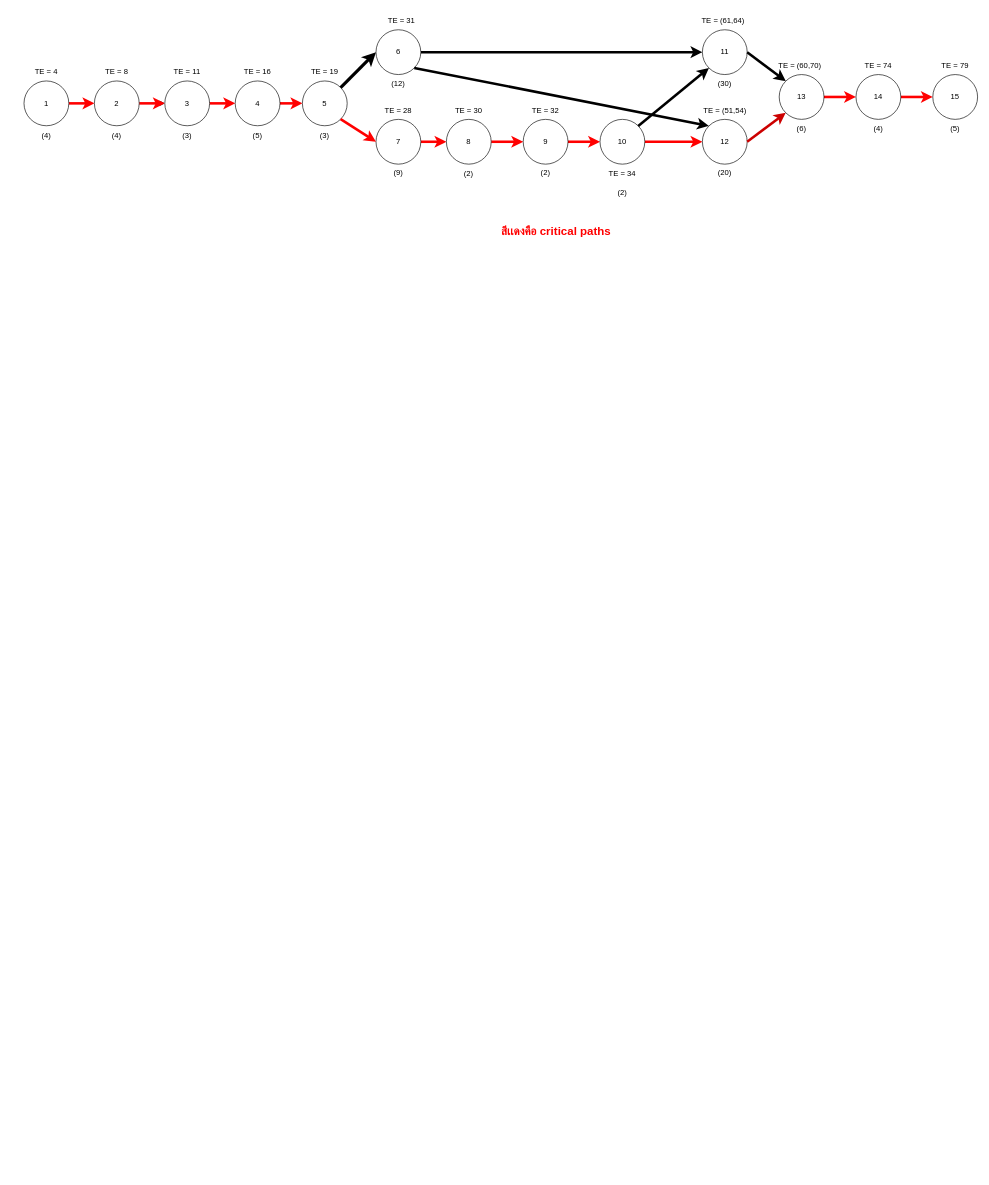
Above: page "Page-6" (8 of 9) of DFD.drawio in jarawin/carcare (draw.io), before the change. Source tidied: cells renumbered, new cells numbered last; positions are measured from the earlier drawing's top-left corner, leaving out a move shared by most shapes. Both pictures are drawn from the tidied source at 64%, with x=0, y=0 at pixel (24, 11).
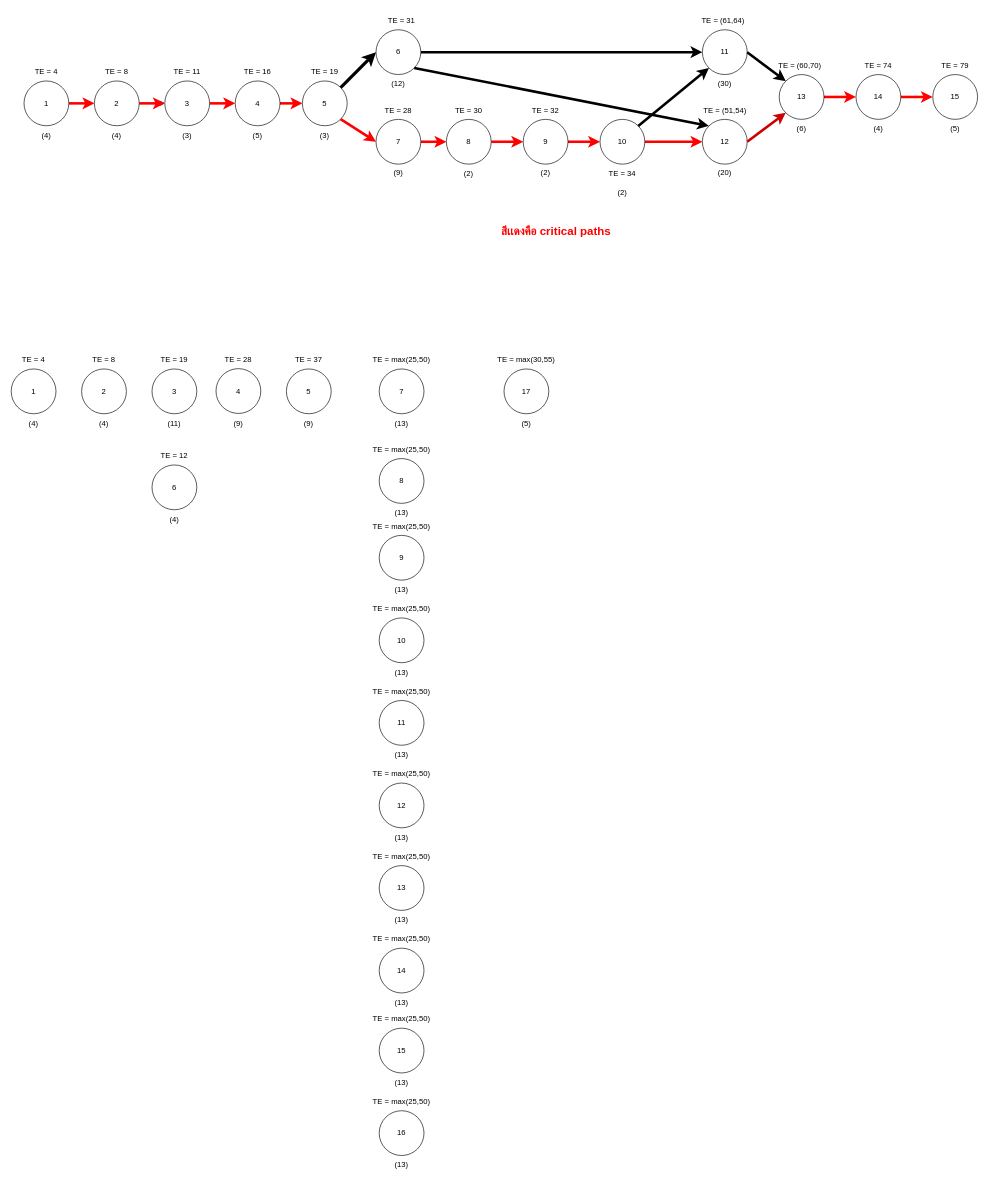
Above is the later version.

Change to the diagram source:
```diff
@@
+    <mxCell id="66" value="1" style="ellipse;whiteSpace=wrap;html=1;" parent="1" vertex="1">
+      <mxGeometry x="-20" y="559" width="70" height="70" as="geometry" />
+    </mxCell>
+    <mxCell id="67" value="TE = 4" style="text;html=1;strokeColor=none;fillColor=none;align=center;verticalAlign=middle;whiteSpace=wrap;rounded=0;" parent="1" vertex="1">
+      <mxGeometry x="-15" y="530" width="60" height="29" as="geometry" />
+    </mxCell>
+    <mxCell id="68" value="(4)" style="text;html=1;strokeColor=none;fillColor=none;align=center;verticalAlign=middle;whiteSpace=wrap;rounded=0;" parent="1" vertex="1">
+      <mxGeometry x="-15" y="629" width="60" height="30" as="geometry" />
+    </mxCell>
+    <mxCell id="69" value="2" style="ellipse;whiteSpace=wrap;html=1;" parent="1" vertex="1">
+      <mxGeometry x="90" y="559" width="70" height="70" as="geometry" />
+    </mxCell>
+    <mxCell id="70" value="TE = 8" style="text;html=1;strokeColor=none;fillColor=none;align=center;verticalAlign=middle;whiteSpace=wrap;rounded=0;" parent="1" vertex="1">
+      <mxGeometry x="95" y="530" width="60" height="29" as="geometry" />
+    </mxCell>
+    <mxCell id="71" value="(4)" style="text;html=1;strokeColor=none;fillColor=none;align=center;verticalAlign=middle;whiteSpace=wrap;rounded=0;" parent="1" vertex="1">
+      <mxGeometry x="95" y="629" width="60" height="30" as="geometry" />
+    </mxCell>
+    <mxCell id="72" value="3" style="ellipse;whiteSpace=wrap;html=1;" parent="1" vertex="1">
+      <mxGeometry x="200" y="559" width="70" height="70" as="geometry" />
+    </mxCell>
+    <mxCell id="73" value="TE = 19" style="text;html=1;strokeColor=none;fillColor=none;align=center;verticalAlign=middle;whiteSpace=wrap;rounded=0;" parent="1" vertex="1">
+      <mxGeometry x="205" y="530" width="60" height="29" as="geometry" />
+    </mxCell>
+    <mxCell id="74" value="(11)" style="text;html=1;strokeColor=none;fillColor=none;align=center;verticalAlign=middle;whiteSpace=wrap;rounded=0;" parent="1" vertex="1">
+      <mxGeometry x="205" y="629" width="60" height="30" as="geometry" />
+    </mxCell>
+    <mxCell id="75" value="4" style="ellipse;whiteSpace=wrap;html=1;" parent="1" vertex="1">
+      <mxGeometry x="300" y="558.5" width="70" height="70" as="geometry" />
+    </mxCell>
+    <mxCell id="76" value="TE = 28" style="text;html=1;strokeColor=none;fillColor=none;align=center;verticalAlign=middle;whiteSpace=wrap;rounded=0;" parent="1" vertex="1">
+      <mxGeometry x="305" y="529.5" width="60" height="29" as="geometry" />
+    </mxCell>
+    <mxCell id="77" value="(9)" style="text;html=1;strokeColor=none;fillColor=none;align=center;verticalAlign=middle;whiteSpace=wrap;rounded=0;" parent="1" vertex="1">
+      <mxGeometry x="305" y="628.5" width="60" height="30" as="geometry" />
+    </mxCell>
+    <mxCell id="78" value="5" style="ellipse;whiteSpace=wrap;html=1;" parent="1" vertex="1">
+      <mxGeometry x="410" y="559" width="70" height="70" as="geometry" />
+    </mxCell>
+    <mxCell id="79" value="TE = 37" style="text;html=1;strokeColor=none;fillColor=none;align=center;verticalAlign=middle;whiteSpace=wrap;rounded=0;" parent="1" vertex="1">
+      <mxGeometry x="415" y="530" width="60" height="29" as="geometry" />
+    </mxCell>
+    <mxCell id="80" value="(9)" style="text;html=1;strokeColor=none;fillColor=none;align=center;verticalAlign=middle;whiteSpace=wrap;rounded=0;" parent="1" vertex="1">
+      <mxGeometry x="415" y="629" width="60" height="30" as="geometry" />
+    </mxCell>
+    <mxCell id="81" value="6" style="ellipse;whiteSpace=wrap;html=1;" parent="1" vertex="1">
+      <mxGeometry x="200" y="709" width="70" height="70" as="geometry" />
+    </mxCell>
+    <mxCell id="82" value="TE = 12" style="text;html=1;strokeColor=none;fillColor=none;align=center;verticalAlign=middle;whiteSpace=wrap;rounded=0;" parent="1" vertex="1">
+      <mxGeometry x="205" y="680" width="60" height="29" as="geometry" />
+    </mxCell>
+    <mxCell id="83" value="(4)" style="text;html=1;strokeColor=none;fillColor=none;align=center;verticalAlign=middle;whiteSpace=wrap;rounded=0;" parent="1" vertex="1">
+      <mxGeometry x="205" y="779" width="60" height="30" as="geometry" />
+    </mxCell>
+    <mxCell id="84" value="7" style="ellipse;whiteSpace=wrap;html=1;" parent="1" vertex="1">
+      <mxGeometry x="555" y="559" width="70" height="70" as="geometry" />
+    </mxCell>
+    <mxCell id="85" value="TE = max(25,50)" style="text;html=1;strokeColor=none;fillColor=none;align=center;verticalAlign=middle;whiteSpace=wrap;rounded=0;" parent="1" vertex="1">
+      <mxGeometry x="515" y="530" width="150" height="29" as="geometry" />
+    </mxCell>
+    <mxCell id="86" value="(13)" style="text;html=1;strokeColor=none;fillColor=none;align=center;verticalAlign=middle;whiteSpace=wrap;rounded=0;" parent="1" vertex="1">
+      <mxGeometry x="560" y="629" width="60" height="30" as="geometry" />
+    </mxCell>
+    <mxCell id="87" value="8" style="ellipse;whiteSpace=wrap;html=1;" parent="1" vertex="1">
+      <mxGeometry x="555" y="699" width="70" height="70" as="geometry" />
+    </mxCell>
+    <mxCell id="88" value="TE = max(25,50)" style="text;html=1;strokeColor=none;fillColor=none;align=center;verticalAlign=middle;whiteSpace=wrap;rounded=0;" parent="1" vertex="1">
+      <mxGeometry x="515" y="670" width="150" height="29" as="geometry" />
+    </mxCell>
+    <mxCell id="89" value="(13)" style="text;html=1;strokeColor=none;fillColor=none;align=center;verticalAlign=middle;whiteSpace=wrap;rounded=0;" parent="1" vertex="1">
+      <mxGeometry x="560" y="769" width="60" height="30" as="geometry" />
+    </mxCell>
+    <mxCell id="90" value="9" style="ellipse;whiteSpace=wrap;html=1;" parent="1" vertex="1">
+      <mxGeometry x="555" y="819" width="70" height="70" as="geometry" />
+    </mxCell>
+    <mxCell id="91" value="TE = max(25,50)" style="text;html=1;strokeColor=none;fillColor=none;align=center;verticalAlign=middle;whiteSpace=wrap;rounded=0;" parent="1" vertex="1">
+      <mxGeometry x="515" y="790" width="150" height="29" as="geometry" />
+    </mxCell>
+    <mxCell id="92" value="(13)" style="text;html=1;strokeColor=none;fillColor=none;align=center;verticalAlign=middle;whiteSpace=wrap;rounded=0;" parent="1" vertex="1">
+      <mxGeometry x="560" y="889" width="60" height="30" as="geometry" />
+    </mxCell>
+    <mxCell id="93" value="10" style="ellipse;whiteSpace=wrap;html=1;" parent="1" vertex="1">
+      <mxGeometry x="555" y="948" width="70" height="70" as="geometry" />
+    </mxCell>
+    <mxCell id="94" value="TE = max(25,50)" style="text;html=1;strokeColor=none;fillColor=none;align=center;verticalAlign=middle;whiteSpace=wrap;rounded=0;" parent="1" vertex="1">
+      <mxGeometry x="515" y="919" width="150" height="29" as="geometry" />
+    </mxCell>
+    <mxCell id="95" value="(13)" style="text;html=1;strokeColor=none;fillColor=none;align=center;verticalAlign=middle;whiteSpace=wrap;rounded=0;" parent="1" vertex="1">
+      <mxGeometry x="560" y="1018" width="60" height="30" as="geometry" />
+    </mxCell>
+    <mxCell id="96" value="11" style="ellipse;whiteSpace=wrap;html=1;" parent="1" vertex="1">
+      <mxGeometry x="555" y="1077" width="70" height="70" as="geometry" />
+    </mxCell>
+    <mxCell id="97" value="TE = max(25,50)" style="text;html=1;strokeColor=none;fillColor=none;align=center;verticalAlign=middle;whiteSpace=wrap;rounded=0;" parent="1" vertex="1">
+      <mxGeometry x="515" y="1048" width="150" height="29" as="geometry" />
+    </mxCell>
+    <mxCell id="98" value="(13)" style="text;html=1;strokeColor=none;fillColor=none;align=center;verticalAlign=middle;whiteSpace=wrap;rounded=0;" parent="1" vertex="1">
+      <mxGeometry x="560" y="1147" width="60" height="30" as="geometry" />
+    </mxCell>
+    <mxCell id="99" value="12" style="ellipse;whiteSpace=wrap;html=1;" parent="1" vertex="1">
+      <mxGeometry x="555" y="1206" width="70" height="70" as="geometry" />
+    </mxCell>
+    <mxCell id="100" value="TE = max(25,50)" style="text;html=1;strokeColor=none;fillColor=none;align=center;verticalAlign=middle;whiteSpace=wrap;rounded=0;" parent="1" vertex="1">
+      <mxGeometry x="515" y="1177" width="150" height="29" as="geometry" />
+    </mxCell>
+    <mxCell id="101" value="(13)" style="text;html=1;strokeColor=none;fillColor=none;align=center;verticalAlign=middle;whiteSpace=wrap;rounded=0;" parent="1" vertex="1">
+      <mxGeometry x="560" y="1276" width="60" height="30" as="geometry" />
+    </mxCell>
+    <mxCell id="102" value="13" style="ellipse;whiteSpace=wrap;html=1;" parent="1" vertex="1">
+      <mxGeometry x="555" y="1335" width="70" height="70" as="geometry" />
+    </mxCell>
+    <mxCell id="103" value="TE = max(25,50)" style="text;html=1;strokeColor=none;fillColor=none;align=center;verticalAlign=middle;whiteSpace=wrap;rounded=0;" parent="1" vertex="1">
+      <mxGeometry x="515" y="1306" width="150" height="29" as="geometry" />
+    </mxCell>
+    <mxCell id="104" value="(13)" style="text;html=1;strokeColor=none;fillColor=none;align=center;verticalAlign=middle;whiteSpace=wrap;rounded=0;" parent="1" vertex="1">
+      <mxGeometry x="560" y="1405" width="60" height="30" as="geometry" />
+    </mxCell>
+    <mxCell id="105" value="14" style="ellipse;whiteSpace=wrap;html=1;" parent="1" vertex="1">
+      <mxGeometry x="555" y="1464" width="70" height="70" as="geometry" />
+    </mxCell>
+    <mxCell id="106" value="TE = max(25,50)" style="text;html=1;strokeColor=none;fillColor=none;align=center;verticalAlign=middle;whiteSpace=wrap;rounded=0;" parent="1" vertex="1">
+      <mxGeometry x="515" y="1435" width="150" height="29" as="geometry" />
+    </mxCell>
+    <mxCell id="107" value="(13)" style="text;html=1;strokeColor=none;fillColor=none;align=center;verticalAlign=middle;whiteSpace=wrap;rounded=0;" parent="1" vertex="1">
+      <mxGeometry x="560" y="1534" width="60" height="30" as="geometry" />
+    </mxCell>
+    <mxCell id="108" value="15" style="ellipse;whiteSpace=wrap;html=1;" parent="1" vertex="1">
+      <mxGeometry x="555" y="1589" width="70" height="70" as="geometry" />
+    </mxCell>
+    <mxCell id="109" value="TE = max(25,50)" style="text;html=1;strokeColor=none;fillColor=none;align=center;verticalAlign=middle;whiteSpace=wrap;rounded=0;" parent="1" vertex="1">
+      <mxGeometry x="515" y="1560" width="150" height="29" as="geometry" />
+    </mxCell>
+    <mxCell id="110" value="(13)" style="text;html=1;strokeColor=none;fillColor=none;align=center;verticalAlign=middle;whiteSpace=wrap;rounded=0;" parent="1" vertex="1">
+      <mxGeometry x="560" y="1659" width="60" height="30" as="geometry" />
+    </mxCell>
+    <mxCell id="111" value="16" style="ellipse;whiteSpace=wrap;html=1;" parent="1" vertex="1">
+      <mxGeometry x="555" y="1718" width="70" height="70" as="geometry" />
+    </mxCell>
+    <mxCell id="112" value="TE = max(25,50)" style="text;html=1;strokeColor=none;fillColor=none;align=center;verticalAlign=middle;whiteSpace=wrap;rounded=0;" parent="1" vertex="1">
+      <mxGeometry x="515" y="1689" width="150" height="29" as="geometry" />
+    </mxCell>
+    <mxCell id="113" value="(13)" style="text;html=1;strokeColor=none;fillColor=none;align=center;verticalAlign=middle;whiteSpace=wrap;rounded=0;" parent="1" vertex="1">
+      <mxGeometry x="560" y="1788" width="60" height="30" as="geometry" />
+    </mxCell>
+    <mxCell id="114" value="17" style="ellipse;whiteSpace=wrap;html=1;" parent="1" vertex="1">
+      <mxGeometry x="750" y="559" width="70" height="70" as="geometry" />
+    </mxCell>
+    <mxCell id="115" value="TE = max(30,55)" style="text;html=1;strokeColor=none;fillColor=none;align=center;verticalAlign=middle;whiteSpace=wrap;rounded=0;" parent="1" vertex="1">
+      <mxGeometry x="710" y="530" width="150" height="29" as="geometry" />
+    </mxCell>
+    <mxCell id="116" value="(5)" style="text;html=1;strokeColor=none;fillColor=none;align=center;verticalAlign=middle;whiteSpace=wrap;rounded=0;" parent="1" vertex="1">
+      <mxGeometry x="755" y="629" width="60" height="30" as="geometry" />
+    </mxCell>
```
